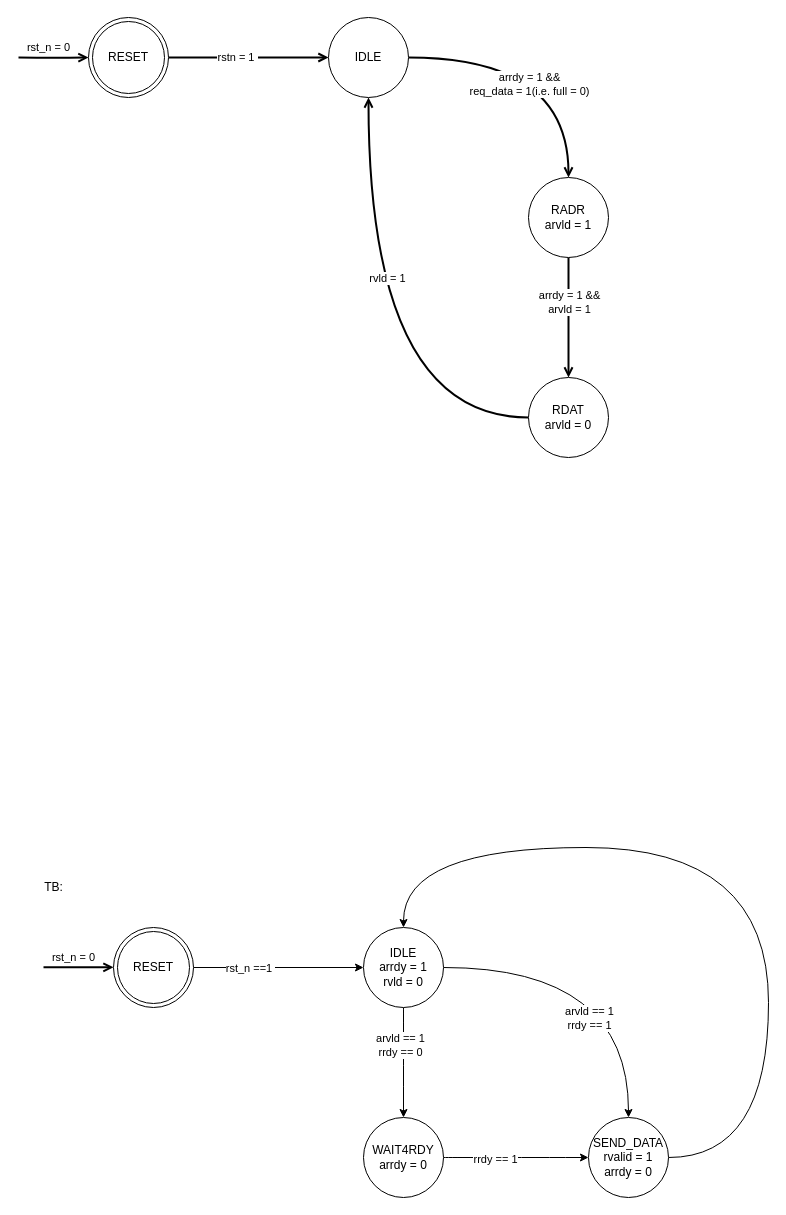
This is page "vga_mem_ctrl_fsm" (4 of 4) of docs/top_lvl_block_diagram.drawio from T-Szymk/VGA_Controller, a draw.io file, before an edit. Source tidied: cells renumbered, new cells numbered last; positions are measured from the earlier drawing's top-left corner, leaving out a move shared by most shapes. Both pictures are drawn from the tidied source at 100%, with x=0, y=0 at pixel (18, 17).
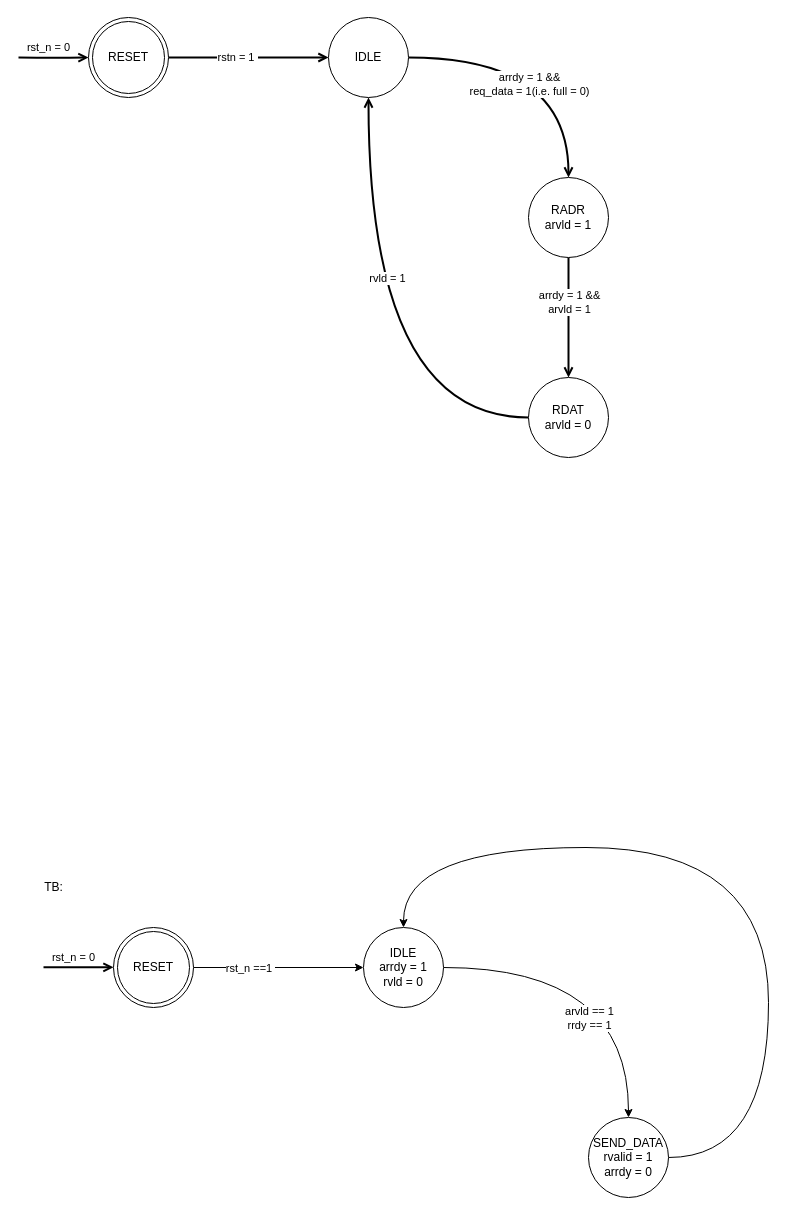
The same diagram, later.

The change refers to these unchanged cells:
```xml
<mxCell id="24" value="IDLE&lt;br&gt;arrdy = 1&lt;br&gt;rvld = 0" style="ellipse;whiteSpace=wrap;html=1;" parent="1" vertex="1">
  <mxGeometry x="345" y="910" width="80" height="80" as="geometry" />
</mxCell>
<mxCell id="26" value="SEND_DATA&lt;br&gt;rvalid = 1&lt;br&gt;arrdy = 0" style="ellipse;whiteSpace=wrap;html=1;" parent="1" vertex="1">
  <mxGeometry x="570" y="1100" width="80" height="80" as="geometry" />
</mxCell>
```

Diff of the diagram source:
```diff
@@
-    <mxCell id="22" style="edgeStyle=orthogonalEdgeStyle;curved=1;rounded=0;jettySize=auto;html=1;exitX=0.5;exitY=1;exitDx=0;exitDy=0;entryX=0.5;entryY=0;entryDx=0;entryDy=0;" parent="1" edge="1" source="24" target="29">
-      <mxGeometry relative="1" as="geometry" />
-    </mxCell>
-    <mxCell id="23" value="arvld == 1&lt;br&gt;rrdy == 0" style="edgeLabel;html=1;align=center;verticalAlign=middle;" parent="22" vertex="1">
-      <mxGeometry x="-0.33" y="-4" relative="1" as="geometry" />
-    </mxCell>
@@
-    <mxCell id="27" style="edgeStyle=orthogonalEdgeStyle;curved=1;rounded=0;jettySize=auto;html=1;exitX=1;exitY=0.5;exitDx=0;exitDy=0;entryX=0;entryY=0.5;entryDx=0;entryDy=0;" parent="1" edge="1" source="29" target="26">
-      <mxGeometry relative="1" as="geometry" />
-    </mxCell>
-    <mxCell id="28" value="rrdy == 1" style="edgeLabel;html=1;align=center;verticalAlign=middle;" parent="27" vertex="1">
-      <mxGeometry x="-0.3" y="-1" relative="1" as="geometry" />
-    </mxCell>
-    <mxCell id="29" value="WAIT4RDY&lt;br&gt;arrdy = 0" style="ellipse;whiteSpace=wrap;html=1;" parent="1" vertex="1">
-      <mxGeometry x="345" y="1100" width="80" height="80" as="geometry" />
-    </mxCell>
```
